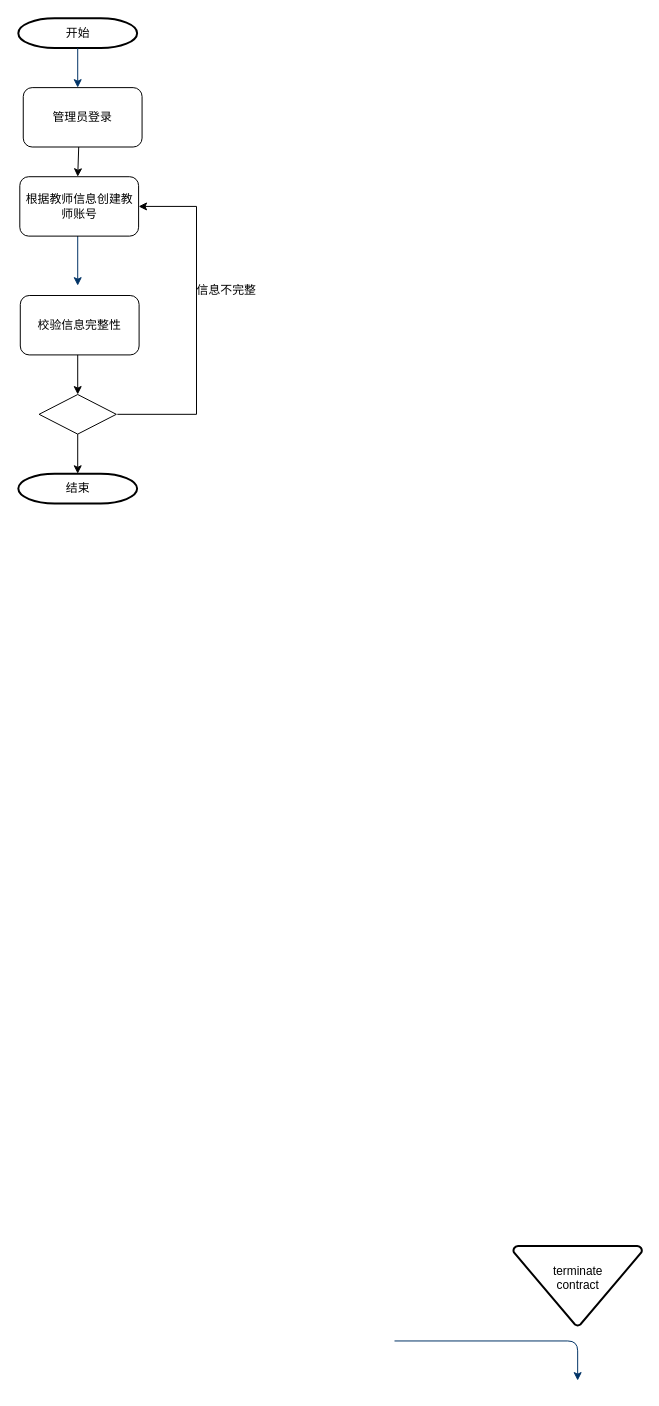
Above: 创建教师账户用例 .drawio in GrandeLai/StudentManagerUML (draw.io), before the change. Source tidied: cells renumbered, new cells numbered last; positions are measured from the earlier drawing's top-left corner, leaving out a move shared by most shapes. Both pictures are drawn from the tidied source at 99%, with x=0, y=0 at pixel (18, 18).
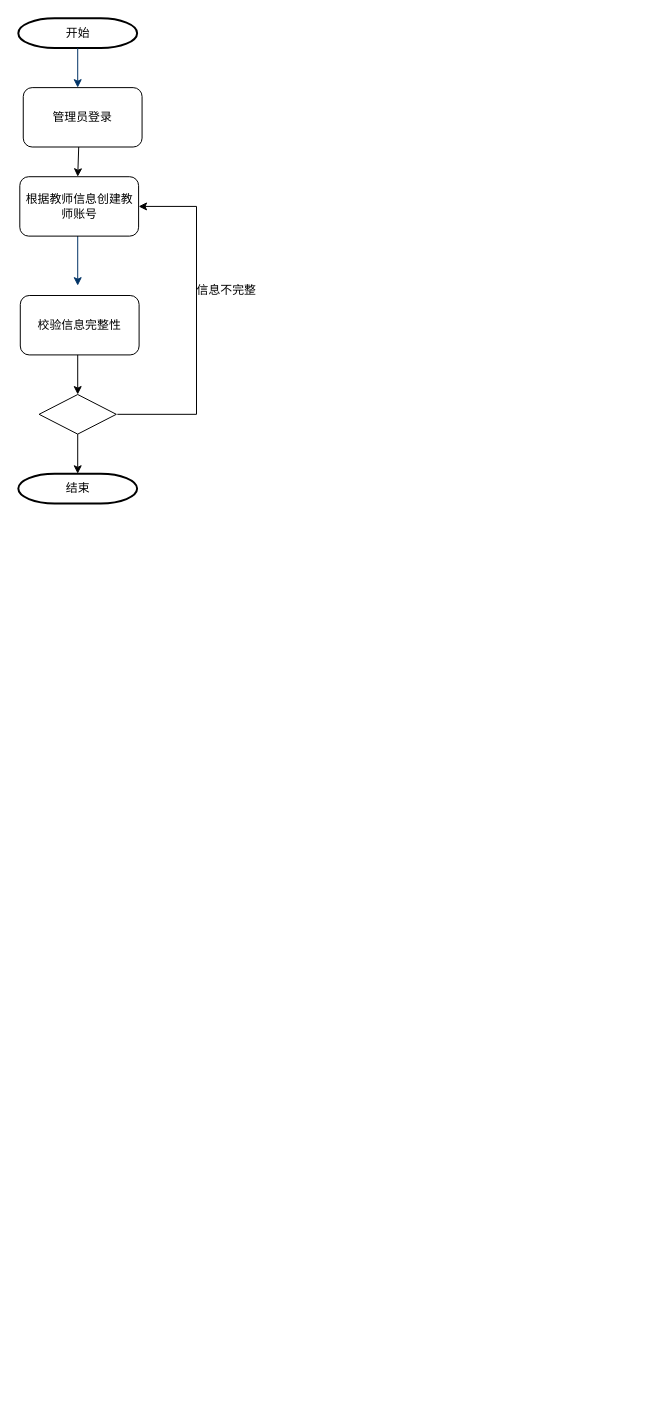
Above is the later version.

Commit message:
更新创建教师账户用例 .drawio

Diff of the diagram source:
```diff
@@
-    <mxCell id="5" value="terminate&#10;contract&#10;" style="shape=mxgraph.flowchart.merge_or_storage;strokeWidth=2;gradientColor=none;gradientDirection=north;fontStyle=0;html=1;" parent="1" vertex="1">
-      <mxGeometry x="500" y="1240" width="130" height="80.5" as="geometry" />
-    </mxCell>
-    <mxCell id="6" style="edgeStyle=elbowEdgeStyle;elbow=vertical;exitX=1;exitY=0.5;exitPerimeter=0;entryX=0.5;entryY=0;entryPerimeter=0;fontStyle=1;strokeColor=#003366;strokeWidth=1;html=1;" parent="1" edge="1">
-      <mxGeometry as="geometry">
-        <mxPoint x="380" y="1336" as="sourcePoint" />
-        <mxPoint x="565" y="1376" as="targetPoint" />
-        <Array as="points">
-          <mxPoint x="480" y="1336" />
-        </Array>
-      </mxGeometry>
-    </mxCell>
```
